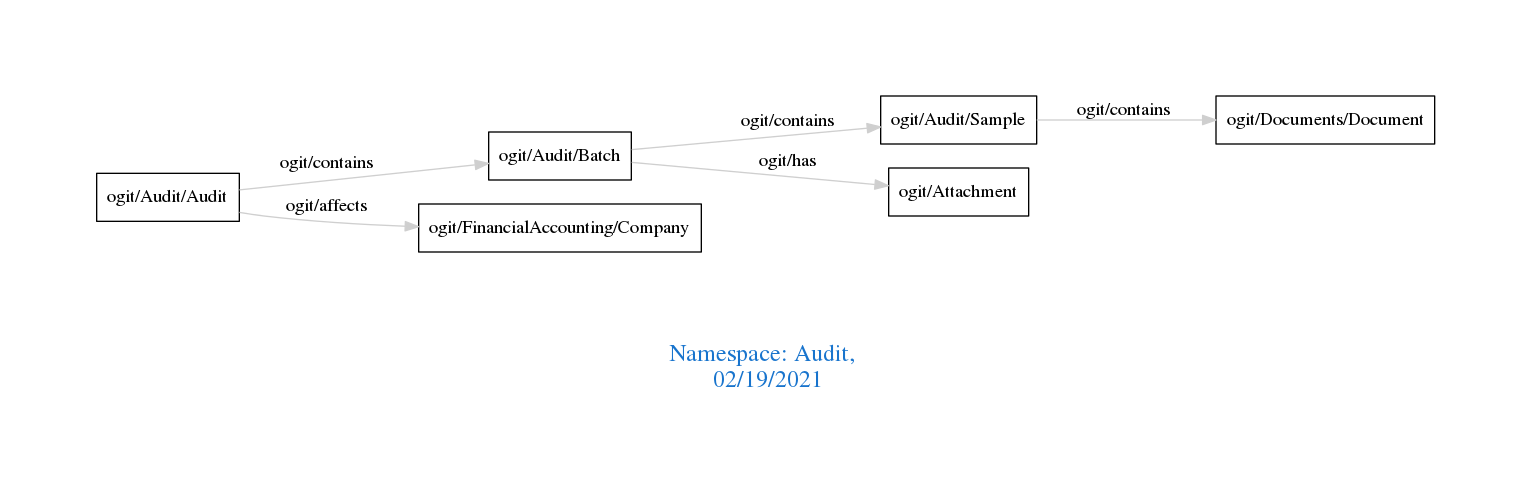
The Graphviz diagram downloads/Audit.png in arago/OGIT, before a commit. Its source is kept beside it as downloads/Audit.dot.
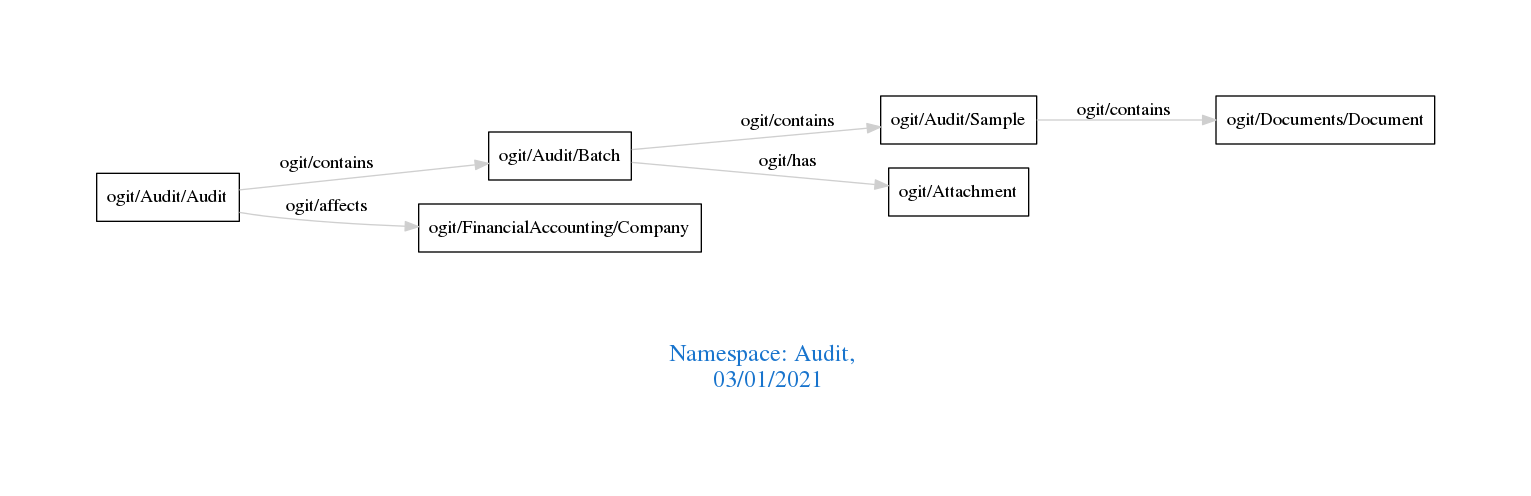
The same file after the commit.

Change to the diagram source:
```diff
@@ -1,7 +1,7 @@
 digraph OGIT_ontology {
  graph [ rankdir= LR,pad=1
 fontsize = 18,
-fontcolor= dodgerblue3,label = "\n\n\nNamespace: Audit, \n 02/19/2021"];
+fontcolor= dodgerblue3,label = "\n\n\nNamespace: Audit, \n 03/01/2021"];
 node[shape=polygon];
 edge [  color="gray81"];
 
```
